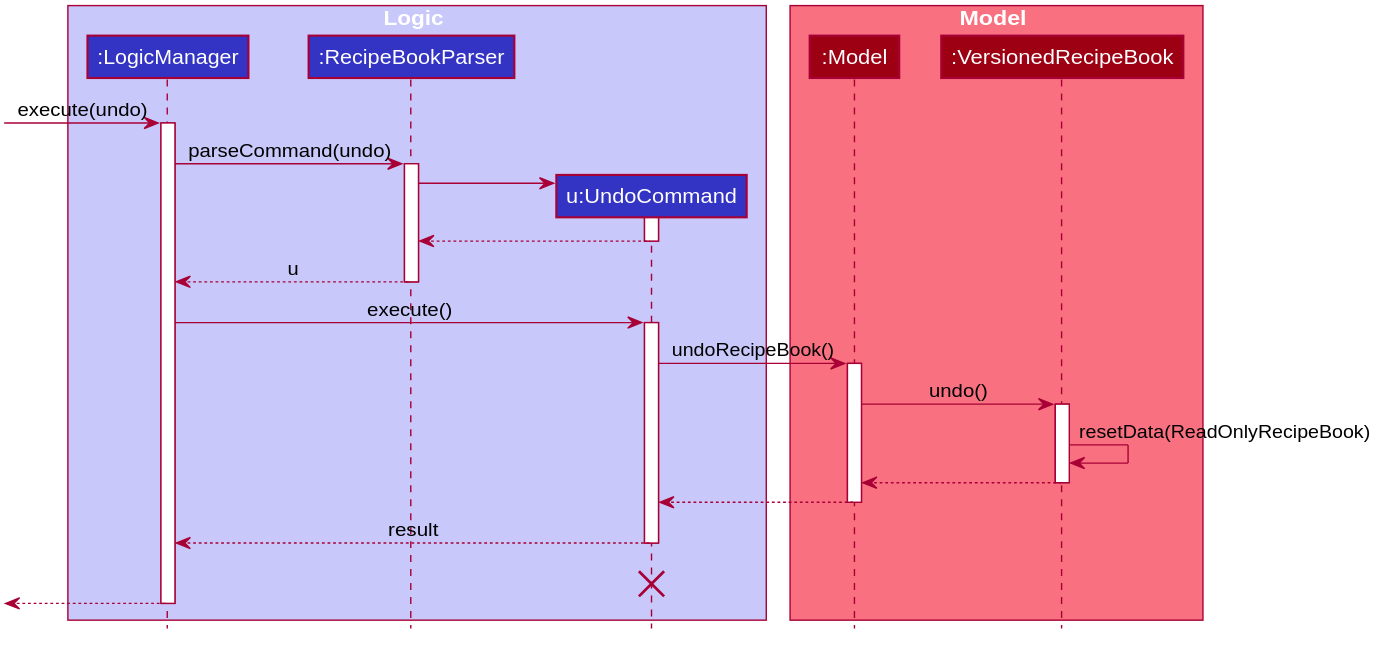
The PlantUML diagram images/UndoSequenceDiagram.svg in AY1920S2-CS2103T-W12-4/ab3, before a commit. Source of this version:
```plantuml
@startuml








skinparam BackgroundColor #FFFFFFF

skinparam Shadowing false

skinparam Class {
    FontColor #FFFFFF
    BorderThickness 1
    BorderColor #FFFFFF
    StereotypeFontColor #FFFFFF
    FontName Arial
}

skinparam Actor {
    BorderColor #000000
    Color #000000
    FontName Arial
}

skinparam Sequence {
    MessageAlign center
    BoxFontSize 15
    BoxPadding 0
    BoxFontColor #FFFFFF
    FontName Arial
}

skinparam Participant {
    FontColor #FFFFFFF
    Padding 20
}

skinparam MinClassWidth 50
skinparam ParticipantPadding 10
skinparam Shadowing false
skinparam DefaultTextAlignment center
skinparam packageStyle Rectangle

hide footbox
hide members
hide circle


box Logic #C8C8FA
participant ":LogicManager" as LogicManager #3333C4
participant ":RecipeBookParser" as RecipeBookParser #3333C4
participant "u:UndoCommand" as UndoCommand #3333C4
end box

box Model #F97181
participant ":Model" as Model #9D0012
participant ":VersionedRecipeBook" as VersionedRecipeBook #9D0012
end box
[-> LogicManager : execute(undo)
activate LogicManager

LogicManager -> RecipeBookParser : parseCommand(undo)
activate RecipeBookParser

create UndoCommand
RecipeBookParser -> UndoCommand
activate UndoCommand

UndoCommand --> RecipeBookParser
deactivate UndoCommand

RecipeBookParser --> LogicManager : u
deactivate RecipeBookParser

LogicManager -> UndoCommand : execute()
activate UndoCommand

UndoCommand -> Model : undoRecipeBook()
activate Model

Model -> VersionedRecipeBook : undo()
activate VersionedRecipeBook

VersionedRecipeBook -> VersionedRecipeBook :resetData(ReadOnlyRecipeBook)
VersionedRecipeBook --> Model :
deactivate VersionedRecipeBook

Model --> UndoCommand
deactivate Model

UndoCommand --> LogicManager : result
deactivate UndoCommand
UndoCommand -[hidden]-> LogicManager : result
destroy UndoCommand

[<--LogicManager
deactivate LogicManager
@enduml
```
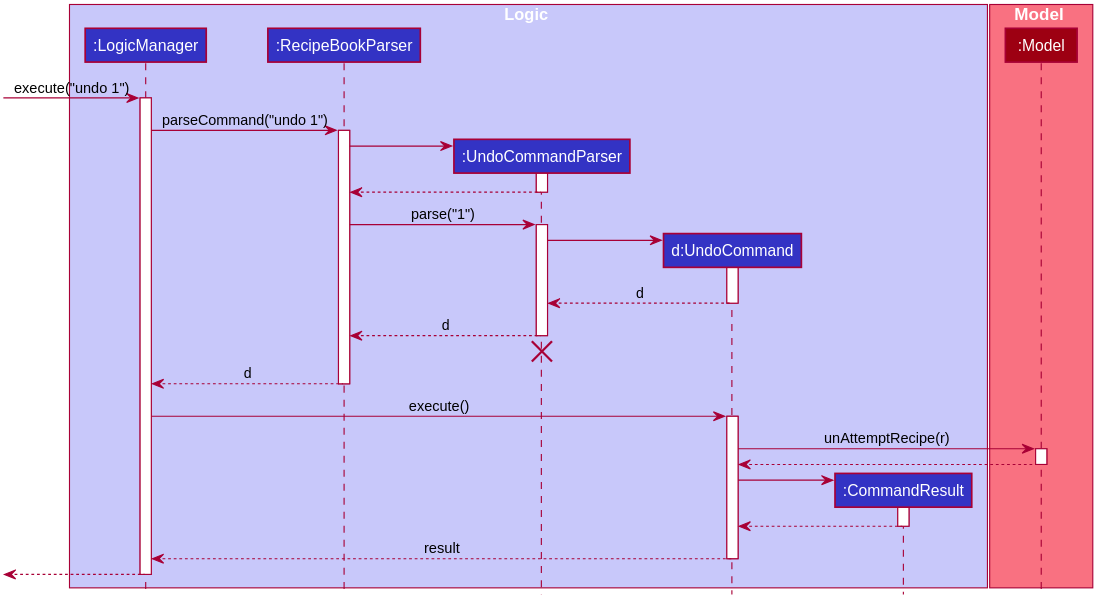
After the commit.

Diff of the diagram source:
```diff
@@ -1,4 +1,4 @@
-@startuml
+@startuml UndoSequenceDiagram
 
 
 
@@ -16,13 +16,11 @@
     BorderThickness 1
     BorderColor #FFFFFF
     StereotypeFontColor #FFFFFF
-    FontName Arial
 }
 
 skinparam Actor {
     BorderColor #000000
     Color #000000
-    FontName Arial
 }
 
 skinparam Sequence {
@@ -30,7 +28,7 @@
     BoxFontSize 15
     BoxPadding 0
     BoxFontColor #FFFFFF
-    FontName Arial
+    SequenceBoxFontName Segoe UI
 }
 
 skinparam Participant {
@@ -42,59 +40,78 @@
 skinparam ParticipantPadding 10
 skinparam Shadowing false
 skinparam DefaultTextAlignment center
-skinparam packageStyle Rectangle
+skinparam packageStyle Folder
+
+skinparam DefaultFontName Arial
+skinparam defaultMonospacedFontName Consolas
 
 hide footbox
 hide members
 hide circle
 
-
 box Logic #C8C8FA
 participant ":LogicManager" as LogicManager #3333C4
 participant ":RecipeBookParser" as RecipeBookParser #3333C4
-participant "u:UndoCommand" as UndoCommand #3333C4
+participant ":UndoCommandParser" as UndoCommandParser #3333C4
+participant "d:UndoCommand" as UndoCommand #3333C4
+participant ":CommandResult" as CommandResult #3333C4
 end box
 
 box Model #F97181
 participant ":Model" as Model #9D0012
-participant ":VersionedRecipeBook" as VersionedRecipeBook #9D0012
 end box
-[-> LogicManager : execute(undo)
+
+
+[-> LogicManager : execute("undo 1")
 activate LogicManager
 
-LogicManager -> RecipeBookParser : parseCommand(undo)
+LogicManager -> RecipeBookParser : parseCommand("undo 1")
 activate RecipeBookParser
 
+create UndoCommandParser
+RecipeBookParser -> UndoCommandParser
+activate UndoCommandParser
+
+UndoCommandParser --> RecipeBookParser
+deactivate UndoCommandParser
+
+RecipeBookParser -> UndoCommandParser : parse("1")
+activate UndoCommandParser
+
 create UndoCommand
-RecipeBookParser -> UndoCommand
+UndoCommandParser -> UndoCommand
 activate UndoCommand
 
-UndoCommand --> RecipeBookParser
+UndoCommand --> UndoCommandParser : d
+
 deactivate UndoCommand
 
-RecipeBookParser --> LogicManager : u
+UndoCommandParser --> RecipeBookParser : d
+deactivate UndoCommandParser
+UndoCommandParser -[hidden]-> RecipeBookParser
+destroy UndoCommandParser
+
+RecipeBookParser --> LogicManager : d
 deactivate RecipeBookParser
 
 LogicManager -> UndoCommand : execute()
 activate UndoCommand
 
-UndoCommand -> Model : undoRecipeBook()
+UndoCommand -> Model : unAttemptRecipe(r)
 activate Model
-
-Model -> VersionedRecipeBook : undo()
-activate VersionedRecipeBook
-
-VersionedRecipeBook -> VersionedRecipeBook :resetData(ReadOnlyRecipeBook)
-VersionedRecipeBook --> Model :
-deactivate VersionedRecipeBook
 
 Model --> UndoCommand
 deactivate Model
 
+create CommandResult
+UndoCommand -> CommandResult
+activate CommandResult
+
+CommandResult --> UndoCommand
+deactivate CommandResult
+
 UndoCommand --> LogicManager : result
 deactivate UndoCommand
-UndoCommand -[hidden]-> LogicManager : result
-destroy UndoCommand
 
 [<--LogicManager
 deactivate LogicManager
```
